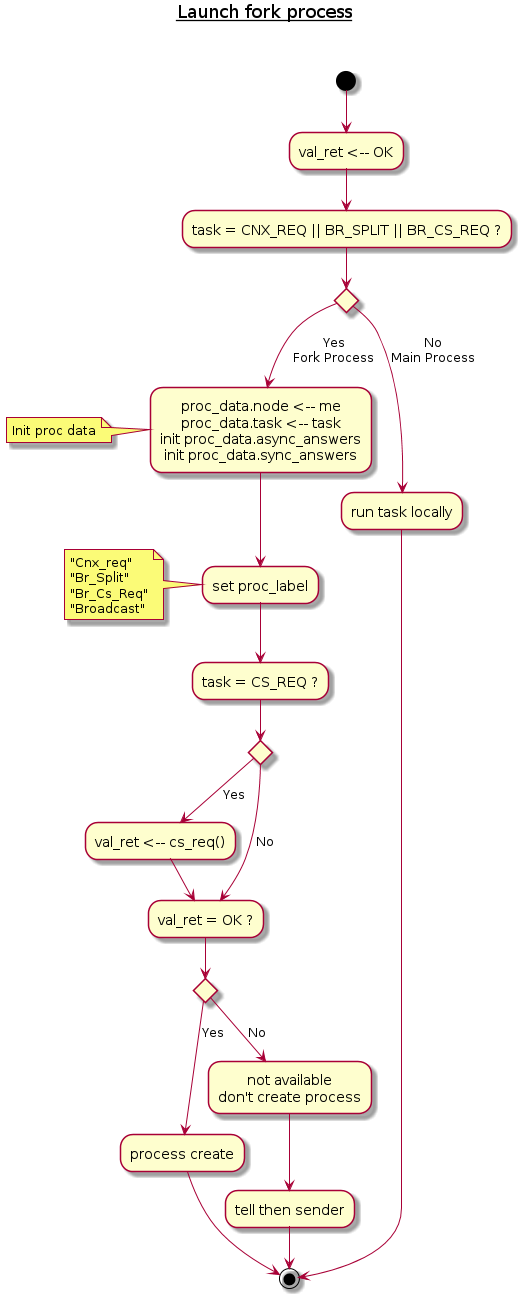
This is doc/UML/Algo_launch_fork_process.png from tof25/DST, a PlantUML export, as it was before one commit.
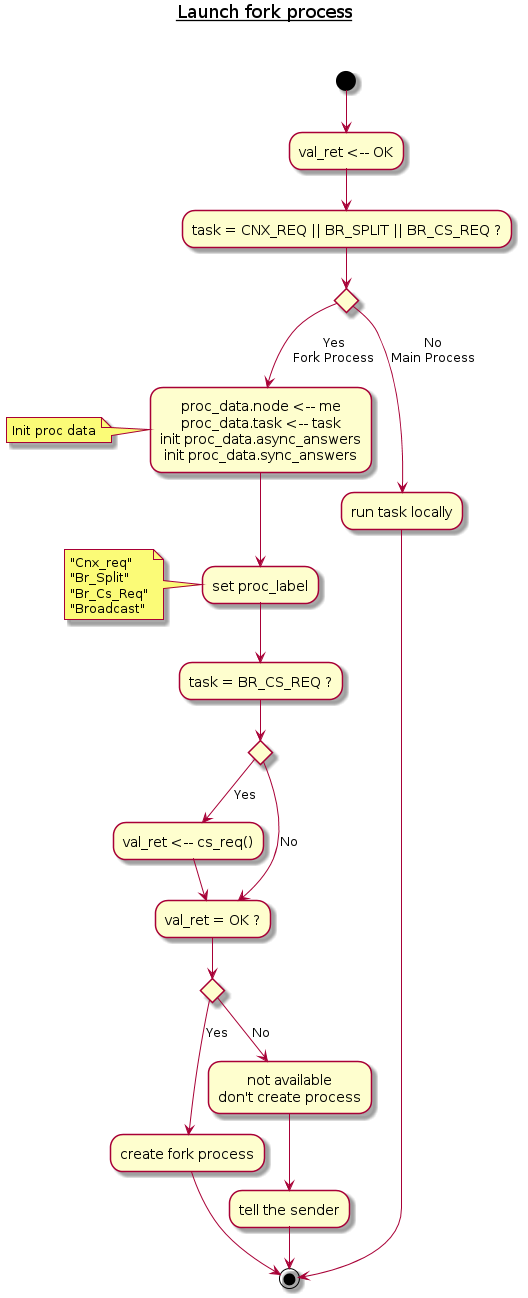
After the commit.

Commit message:
Algo launch_fork_process OK

The edit, as a diff of the source:
```diff
@@ -16,7 +16,7 @@
       "Broadcast"
     end note
 
-    -->"task = CS_REQ ?"
+    -->"task = BR_CS_REQ ?"
     if "" then
         -->[Yes]"val_ret <-- cs_req()"
         -->"val_ret = OK ?"
@@ -25,11 +25,11 @@
     endif
 
     if "" then
-        -->[Yes]"process create"
+        -->[Yes]"create fork process"
         -->(*)
     else
         -->[No]"not available\ndon't create process"
-        -->"tell then sender"
+        -->"tell the sender"
         -->(*)
     endif
 else
```
